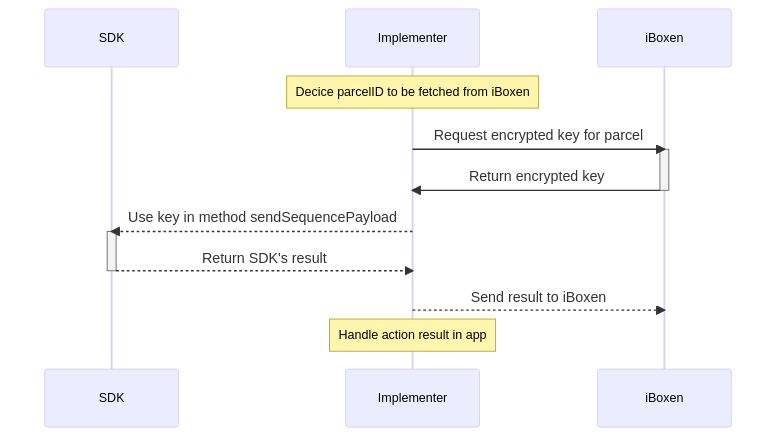
Earlier version of the Mermaid export v1.0.1/open-locker-flow.png (iBoxen/QiD-SDK). Its source is kept beside it as v1.0.1/open-locker-flow.mmd.
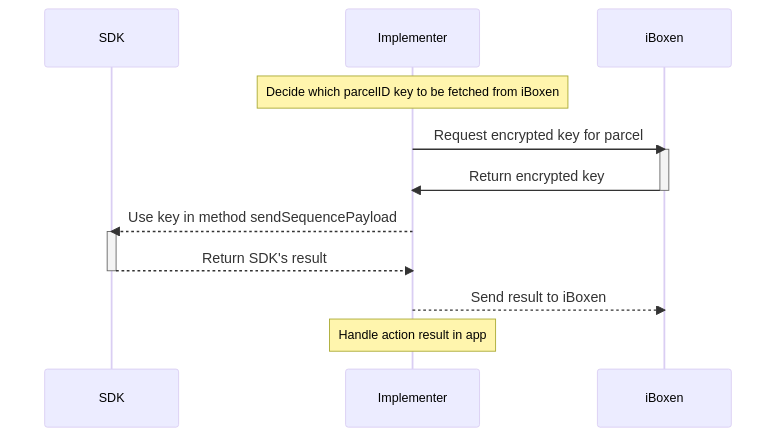
Later version of the same file.

What changed in the source:
```diff
@@ -5,7 +5,7 @@
     participant Implementer
     participant iBoxen
 
-    Note over Implementer: Decice parcelID to be fetched from iBoxen
+    Note over Implementer: Decide which parcelID key to be fetched from iBoxen
 
     Implementer->>iBoxen: Request encrypted key for parcel
     activate iBoxen
```
